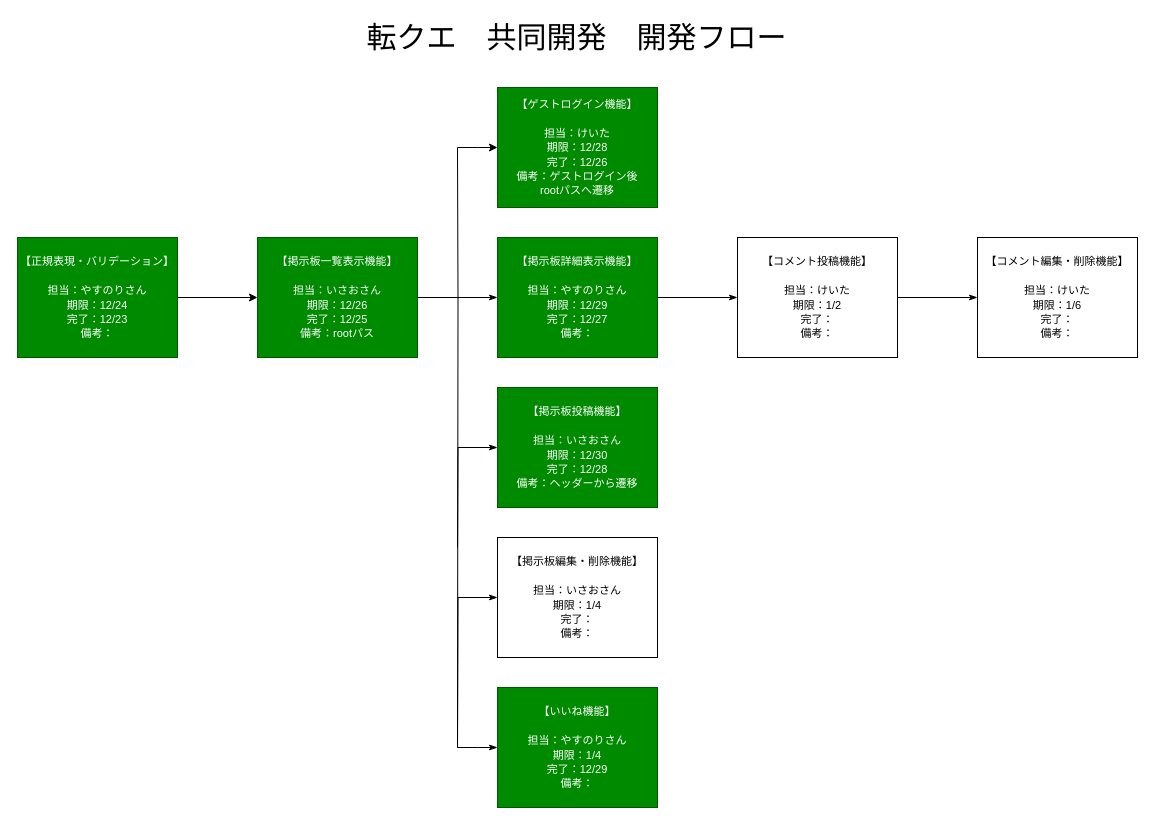
Before: tenkue_board_development_flow.drawio in sdkk1/tenkue-board-r015, a draw.io diagram. Source tidied: cells renumbered, new cells numbered last; positions are measured from the earlier drawing's top-left corner, leaving out a move shared by most shapes. Both pictures are drawn from the tidied source at 100%, with x=0, y=0 at pixel (17, 17).
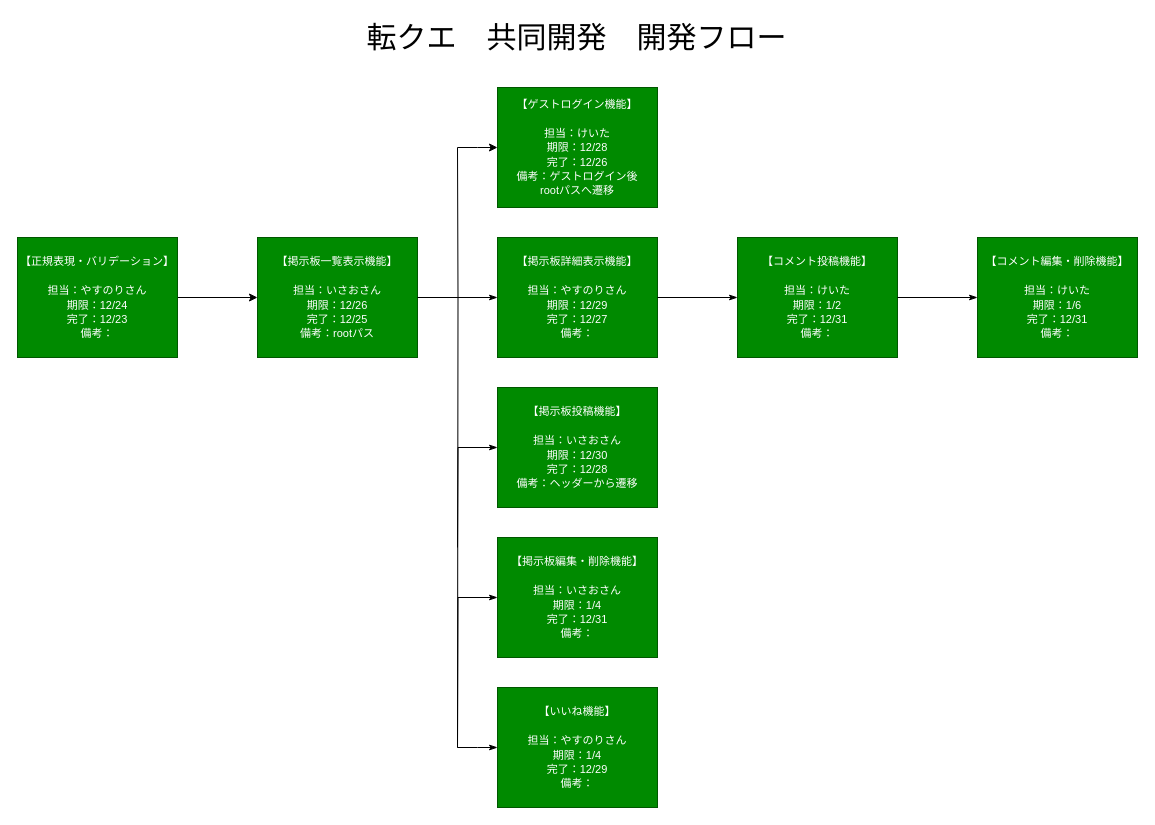
The same page after the edit.

Commit message:
docs:共同開発の開発フローを最終更新

What changed in the source:
```diff
@@
-    <mxCell id="15" value="&lt;font style=&quot;font-size: 11px&quot;&gt;【掲示板編集・削除機能】&lt;br&gt;&lt;br&gt;担当：いさおさん&lt;br&gt;期限：1/4&lt;br&gt;完了：&lt;br&gt;備考：&lt;br&gt;&lt;/font&gt;" style="whiteSpace=wrap;html=1;labelPosition=center;verticalLabelPosition=middle;align=center;verticalAlign=middle;labelBackgroundColor=none;" parent="1" vertex="1">
+    <mxCell id="15" value="&lt;font style=&quot;font-size: 11px&quot;&gt;【掲示板編集・削除機能】&lt;br&gt;&lt;br&gt;担当：いさおさん&lt;br&gt;期限：1/4&lt;br&gt;完了：12/31&lt;br&gt;備考：&lt;br&gt;&lt;/font&gt;" style="whiteSpace=wrap;html=1;labelPosition=center;verticalLabelPosition=middle;align=center;verticalAlign=middle;labelBackgroundColor=none;fillColor=#008a00;strokeColor=#005700;fontColor=#ffffff;" parent="1" vertex="1">
       <mxGeometry x="480" y="520" width="160" height="120" as="geometry" />
     </mxCell>
@@
-    <mxCell id="17" value="&lt;font style=&quot;font-size: 11px&quot;&gt;【コメント投稿機能】&lt;br&gt;&lt;br&gt;担当：けいた&lt;br&gt;期限：1/2&lt;br&gt;完了：&lt;br&gt;備考：&lt;br&gt;&lt;/font&gt;" style="whiteSpace=wrap;html=1;labelPosition=center;verticalLabelPosition=middle;align=center;verticalAlign=middle;labelBackgroundColor=none;" parent="1" vertex="1">
+    <mxCell id="17" value="&lt;font style=&quot;font-size: 11px&quot;&gt;【コメント投稿機能】&lt;br&gt;&lt;br&gt;担当：けいた&lt;br&gt;期限：1/2&lt;br&gt;完了：12/31&lt;br&gt;備考：&lt;br&gt;&lt;/font&gt;" style="whiteSpace=wrap;html=1;labelPosition=center;verticalLabelPosition=middle;align=center;verticalAlign=middle;labelBackgroundColor=none;fillColor=#008a00;strokeColor=#005700;fontColor=#ffffff;" parent="1" vertex="1">
       <mxGeometry x="720" y="220" width="160" height="120" as="geometry" />
     </mxCell>
@@
-    <mxCell id="19" value="&lt;font style=&quot;font-size: 11px&quot;&gt;【コメント編集・削除機能】&lt;br&gt;&lt;br&gt;担当：けいた&lt;br&gt;期限：1/6&lt;br&gt;完了：&lt;br&gt;備考：&lt;br&gt;&lt;/font&gt;" style="whiteSpace=wrap;html=1;labelPosition=center;verticalLabelPosition=middle;align=center;verticalAlign=middle;labelBackgroundColor=none;" parent="1" vertex="1">
+    <mxCell id="19" value="&lt;font style=&quot;font-size: 11px&quot;&gt;【コメント編集・削除機能】&lt;br&gt;&lt;br&gt;担当：けいた&lt;br&gt;期限：1/6&lt;br&gt;完了：12/31&lt;br&gt;備考：&lt;br&gt;&lt;/font&gt;" style="whiteSpace=wrap;html=1;labelPosition=center;verticalLabelPosition=middle;align=center;verticalAlign=middle;labelBackgroundColor=none;fillColor=#008a00;strokeColor=#005700;fontColor=#ffffff;" parent="1" vertex="1">
       <mxGeometry x="960" y="220" width="160" height="120" as="geometry" />
     </mxCell>
```
